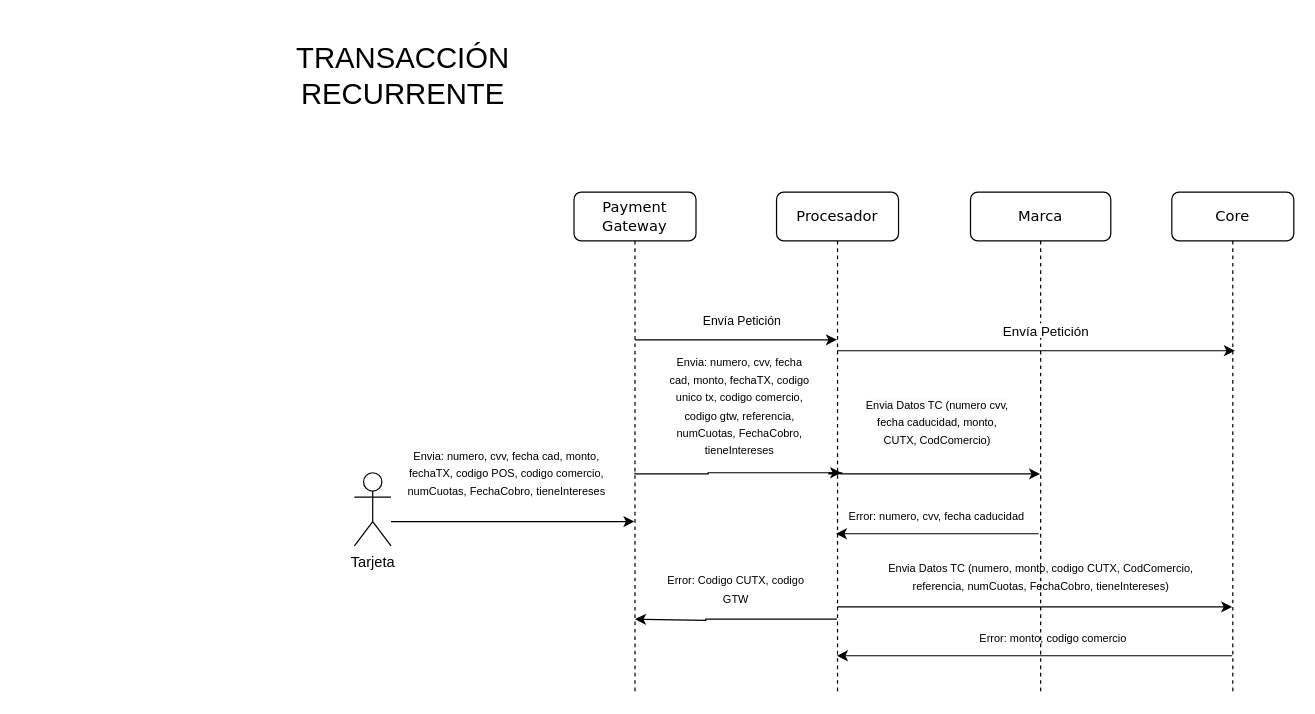
mvespin1/DiagramasArquitecturaGrupo2 keeps this draw.io diagram as DiagramaTransaccionRecurrente.drawio. Above is the earlier version. Source tidied: cells renumbered, new cells numbered last; positions are measured from the earlier drawing's top-left corner, leaving out a move shared by most shapes. Both pictures are drawn from the tidied source at 122%, with x=0, y=0 at pixel (195, 21).
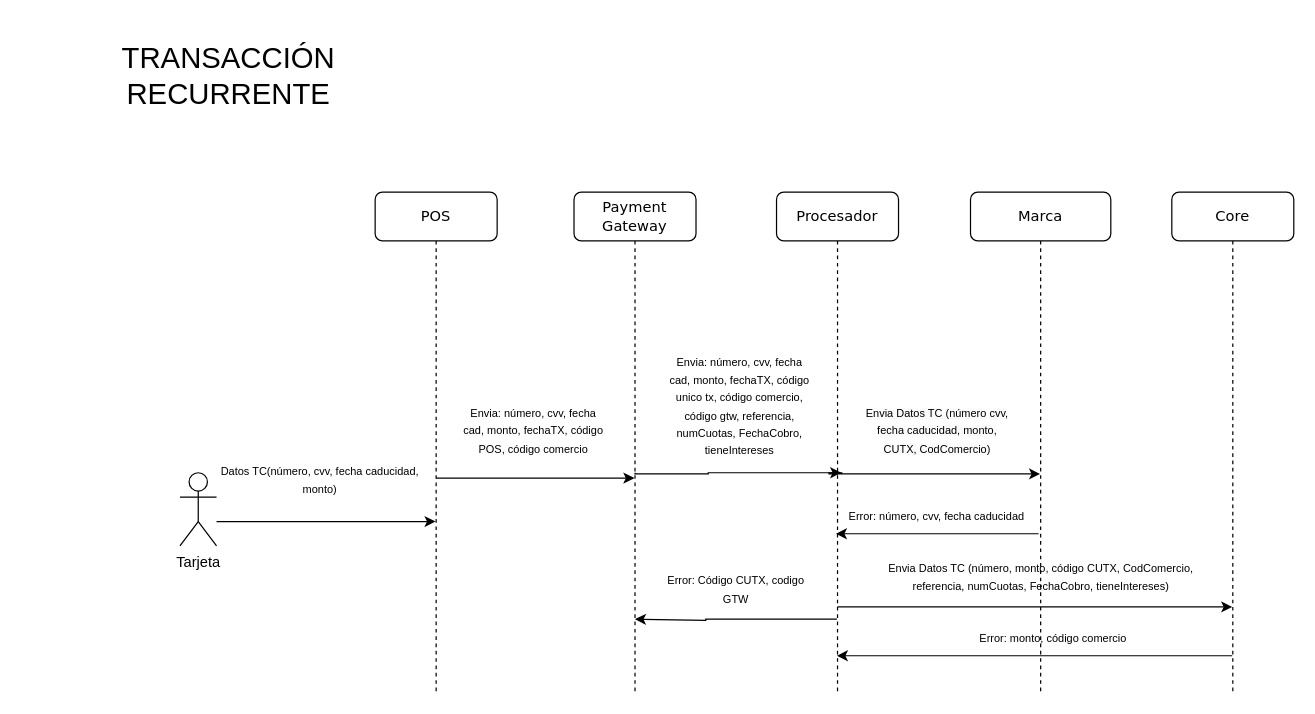
The same page after the edit.

The change refers to these unchanged cells:
```xml
<mxCell id="2" value="Payment Gateway" style="shape=umlLifeline;perimeter=lifelinePerimeter;whiteSpace=wrap;html=1;outlineConnect=0;rounded=1;shadow=0;comic=0;labelBackgroundColor=none;strokeWidth=1;fontFamily=Verdana;fontSize=12;align=center;" parent="1" vertex="1">
  <mxGeometry x="310" y="140" width="100" height="410" as="geometry" />
</mxCell>
<mxCell id="7" value="Procesador" style="shape=umlLifeline;perimeter=lifelinePerimeter;whiteSpace=wrap;html=1;outlineConnect=0;rounded=1;shadow=0;comic=0;labelBackgroundColor=none;strokeWidth=1;fontFamily=Verdana;fontSize=12;align=center;" parent="1" vertex="1">
  <mxGeometry x="476" y="140" width="100" height="410" as="geometry" />
</mxCell>
<mxCell id="14" value="Marca" style="shape=umlLifeline;perimeter=lifelinePerimeter;whiteSpace=wrap;html=1;outlineConnect=0;rounded=1;shadow=0;comic=0;labelBackgroundColor=none;strokeWidth=1;fontFamily=Verdana;fontSize=12;align=center;" parent="1" vertex="1">
  <mxGeometry x="635" y="140" width="115" height="410" as="geometry" />
</mxCell>
```

Diff of the diagram source:
```diff
@@
     <mxCell id="3" value="Tarjeta" style="shape=umlActor;verticalLabelPosition=bottom;verticalAlign=top;html=1;" parent="1" vertex="1">
-      <mxGeometry x="130" y="370" width="30" height="60" as="geometry" />
+      <mxGeometry x="-13" y="370" width="30" height="60" as="geometry" />
     </mxCell>
-    <mxCell id="4" style="endArrow=classic;html=1;rounded=0;" parent="1" edge="1" target="2">
+    <mxCell id="4" style="endArrow=classic;html=1;rounded=0;" parent="1" edge="1" target="26">
       <mxGeometry relative="1" as="geometry">
-        <mxPoint x="160" y="410" as="sourcePoint" />
+        <mxPoint x="17" y="410" as="sourcePoint" />
       </mxGeometry>
     </mxCell>
-    <mxCell id="5" value="&lt;span style=&quot;font-size: 9px;&quot;&gt;Envia: numero, cvv, fecha cad, monto, fechaTX, codigo POS, codigo comercio, numCuotas, FechaCobro, tieneIntereses&lt;/span&gt;" style="text;strokeColor=none;align=center;fillColor=none;html=1;verticalAlign=middle;whiteSpace=wrap;rounded=0;" parent="1" vertex="1">
-      <mxGeometry x="160" y="355" width="190" height="30" as="geometry" />
+    <mxCell id="5" value="&lt;span style=&quot;font-size: 9px;&quot;&gt;Datos TC(número, cvv, fecha caducidad, monto)&lt;/span&gt;" style="text;strokeColor=none;align=center;fillColor=none;html=1;verticalAlign=middle;whiteSpace=wrap;rounded=0;" parent="1" vertex="1">
+      <mxGeometry x="7" y="360" width="190" height="30" as="geometry" />
     </mxCell>
     <mxCell id="6" value="&lt;font style=&quot;font-size: 24px;&quot;&gt;TRANSACCIÓN RECURRENTE&lt;/font&gt;" style="text;strokeColor=none;align=center;fillColor=none;html=1;verticalAlign=middle;whiteSpace=wrap;rounded=0;" parent="1" vertex="1">
-      <mxGeometry width="340" height="90" as="geometry" />
+      <mxGeometry x="-143" width="340" height="90" as="geometry" />
     </mxCell>
@@
-    <mxCell id="8" style="edgeStyle=orthogonalEdgeStyle;rounded=0;jettySize=auto;html=1;curved=0;" parent="7" edge="1" target="7">
-      <mxGeometry relative="1" as="geometry">
-        <mxPoint x="-116" y="121" as="sourcePoint" />
-        <Array as="points">
-          <mxPoint x="-6" y="121" />
-          <mxPoint x="-6" y="121" />
-        </Array>
-      </mxGeometry>
-    </mxCell>
-    <mxCell id="9" value="&lt;font style=&quot;font-size: 9px;&quot;&gt;Envia: numero, cvv, fecha cad, monto, fechaTX, codigo unico tx, codigo comercio, codigo gtw, referencia, numCuotas, FechaCobro, tieneIntereses&lt;/font&gt;" style="text;html=1;align=center;verticalAlign=middle;whiteSpace=wrap;rounded=0;" parent="7" vertex="1">
+    <mxCell id="9" value="&lt;font style=&quot;font-size: 9px;&quot;&gt;Envia: número, cvv, fecha cad, monto, fechaTX, código unico tx, código comercio, código gtw, referencia, numCuotas, FechaCobro, tieneIntereses&lt;/font&gt;" style="text;html=1;align=center;verticalAlign=middle;whiteSpace=wrap;rounded=0;" parent="7" vertex="1">
       <mxGeometry x="-90" y="160" width="120" height="30" as="geometry" />
     </mxCell>
@@
-    <mxCell id="12" value="&lt;font size=&quot;1&quot;&gt;Envía Petición&lt;/font&gt;" style="text;html=1;align=center;verticalAlign=middle;whiteSpace=wrap;rounded=0;" parent="1" vertex="1">
-      <mxGeometry x="390" y="230" width="116" height="30" as="geometry" />
-    </mxCell>
-    <mxCell id="13" value="&lt;font style=&quot;font-size: 9px;&quot;&gt;Error: Codigo CUTX, codigo GTW&lt;/font&gt;" style="text;html=1;align=center;verticalAlign=middle;whiteSpace=wrap;rounded=0;" parent="1" vertex="1">
+    <mxCell id="13" value="&lt;font style=&quot;font-size: 9px;&quot;&gt;Error: Código CUTX, codigo GTW&lt;/font&gt;" style="text;html=1;align=center;verticalAlign=middle;whiteSpace=wrap;rounded=0;" parent="1" vertex="1">
       <mxGeometry x="382.8" y="450" width="120" height="30" as="geometry" />
     </mxCell>
@@
-    <mxCell id="15" style="edgeStyle=orthogonalEdgeStyle;rounded=0;jettySize=auto;html=1;curved=0;" parent="14" edge="1" source="7">
-      <mxGeometry relative="1" as="geometry">
-        <mxPoint x="216.7" y="130" as="targetPoint" />
-        <Array as="points">
-          <mxPoint x="-45" y="130" />
-          <mxPoint x="-45" y="130" />
-        </Array>
-      </mxGeometry>
-    </mxCell>
@@
-    <mxCell id="17" value="&lt;span style=&quot;color: rgb(0, 0, 0); font-family: Helvetica; font-size: 11px; font-style: normal; font-variant-ligatures: normal; font-variant-caps: normal; font-weight: 400; letter-spacing: normal; orphans: 2; text-align: center; text-indent: 0px; text-transform: none; widows: 2; word-spacing: 0px; -webkit-text-stroke-width: 0px; white-space: nowrap; background-color: rgb(255, 255, 255); text-decoration-thickness: initial; text-decoration-style: initial; text-decoration-color: initial; float: none; display: inline !important;&quot;&gt;Envía Petición&lt;/span&gt;" style="text;whiteSpace=wrap;html=1;" parent="14" vertex="1">
-      <mxGeometry x="25" y="100" width="85" height="40" as="geometry" />
-    </mxCell>
-    <mxCell id="18" value="&lt;font style=&quot;font-size: 9px;&quot;&gt;Envia Datos TC (numero, monto, codigo CUTX, CodComercio, referencia, numCuotas, FechaCobro, tieneIntereses)&lt;/font&gt;" style="text;html=1;align=center;verticalAlign=middle;whiteSpace=wrap;rounded=0;" parent="14" vertex="1">
+    <mxCell id="18" value="&lt;font style=&quot;font-size: 9px;&quot;&gt;Envia Datos TC (número, monto, código CUTX, CodComercio, referencia, numCuotas, FechaCobro, tieneIntereses)&lt;/font&gt;" style="text;html=1;align=center;verticalAlign=middle;whiteSpace=wrap;rounded=0;" parent="14" vertex="1">
       <mxGeometry x="-82.5" y="300" width="280" height="30" as="geometry" />
     </mxCell>
@@
-    <mxCell id="20" value="&lt;font style=&quot;font-size: 9px;&quot;&gt;Error: monto, codigo comercio&lt;/font&gt;" style="text;html=1;align=center;verticalAlign=middle;whiteSpace=wrap;rounded=0;" parent="14" vertex="1">
+    <mxCell id="20" value="&lt;font style=&quot;font-size: 9px;&quot;&gt;Error: monto, código comercio&lt;/font&gt;" style="text;html=1;align=center;verticalAlign=middle;whiteSpace=wrap;rounded=0;" parent="14" vertex="1">
       <mxGeometry x="-17.5" y="350" width="170" height="30" as="geometry" />
     </mxCell>
@@
-    <mxCell id="22" value="&#10;&lt;span style=&quot;color: rgb(0, 0, 0); font-family: Helvetica; font-size: 9px; font-style: normal; font-variant-ligatures: normal; font-variant-caps: normal; font-weight: 400; letter-spacing: normal; orphans: 2; text-align: center; text-indent: 0px; text-transform: none; widows: 2; word-spacing: 0px; -webkit-text-stroke-width: 0px; white-space: normal; background-color: rgb(251, 251, 251); text-decoration-thickness: initial; text-decoration-style: initial; text-decoration-color: initial; display: inline !important; float: none;&quot;&gt;Envia Datos TC (numero cvv, fecha caducidad, monto, CUTX, CodComercio)&lt;/span&gt;&#10;&#10;" style="text;html=1;align=center;verticalAlign=middle;whiteSpace=wrap;rounded=0;" parent="1" vertex="1">
+    <mxCell id="22" value="&lt;br&gt;&lt;span style=&quot;color: rgb(0, 0, 0); font-family: Helvetica; font-size: 9px; font-style: normal; font-variant-ligatures: normal; font-variant-caps: normal; font-weight: 400; letter-spacing: normal; orphans: 2; text-align: center; text-indent: 0px; text-transform: none; widows: 2; word-spacing: 0px; -webkit-text-stroke-width: 0px; white-space: normal; background-color: rgb(251, 251, 251); text-decoration-thickness: initial; text-decoration-style: initial; text-decoration-color: initial; float: none; display: inline !important;&quot;&gt;Envia Datos TC (número cvv, fecha caducidad, monto, CUTX, CodComercio)&lt;/span&gt;&lt;div&gt;&lt;br/&gt;&lt;/div&gt;" style="text;html=1;align=center;verticalAlign=middle;whiteSpace=wrap;rounded=0;" parent="1" vertex="1">
       <mxGeometry x="547.8" y="320" width="120" height="30" as="geometry" />
     </mxCell>
@@
-    <mxCell id="25" value="&lt;font style=&quot;font-size: 9px;&quot;&gt;Error: numero, cvv, fecha caducidad&lt;/font&gt;" style="text;html=1;align=center;verticalAlign=middle;whiteSpace=wrap;rounded=0;" parent="1" vertex="1">
+    <mxCell id="25" value="&lt;font style=&quot;font-size: 9px;&quot;&gt;Error: número, cvv, fecha caducidad&lt;/font&gt;" style="text;html=1;align=center;verticalAlign=middle;whiteSpace=wrap;rounded=0;" parent="1" vertex="1">
       <mxGeometry x="531.2" y="390" width="153" height="30" as="geometry" />
     </mxCell>
+    <mxCell id="26" value="POS" style="shape=umlLifeline;perimeter=lifelinePerimeter;whiteSpace=wrap;html=1;outlineConnect=0;rounded=1;shadow=0;comic=0;labelBackgroundColor=none;strokeWidth=1;fontFamily=Verdana;fontSize=12;align=center;" parent="1" vertex="1">
+      <mxGeometry x="147" y="140" width="100" height="410" as="geometry" />
+    </mxCell>
+    <mxCell id="27" style="edgeStyle=orthogonalEdgeStyle;rounded=0;jettySize=auto;html=1;curved=0;" parent="1" edge="1" target="2">
+      <mxGeometry relative="1" as="geometry">
+        <mxPoint x="197" y="374.4" as="sourcePoint" />
+        <Array as="points">
+          <mxPoint x="307" y="374" />
+          <mxPoint x="307" y="374" />
+        </Array>
+      </mxGeometry>
+    </mxCell>
+    <mxCell id="28" value="&lt;font style=&quot;font-size: 9px;&quot;&gt;Envia: número, cvv, fecha cad, monto, fechaTX, código POS, código comercio&lt;/font&gt;" style="text;html=1;align=center;verticalAlign=middle;whiteSpace=wrap;rounded=0;" parent="1" vertex="1">
+      <mxGeometry x="217" y="320" width="120" height="30" as="geometry" />
+    </mxCell>
```
